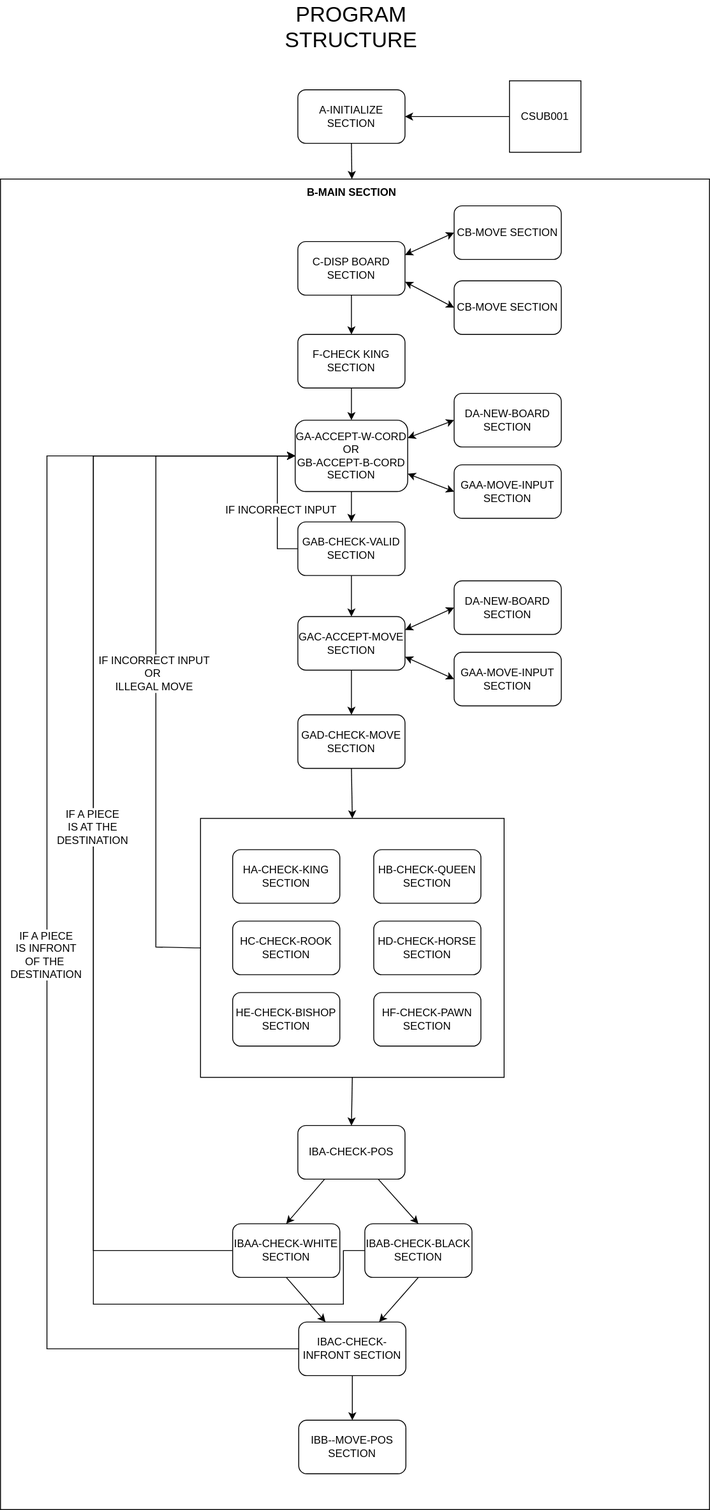
Above: COBOL_Chess_Flow_Chart.drawio.svg in AntonBystedt/COBOL-CHESS (draw.io), before the change. Source tidied: cells renumbered, new cells last; positions are measured from the earlier drawing's top-left corner, leaving out a move shared by most shapes.
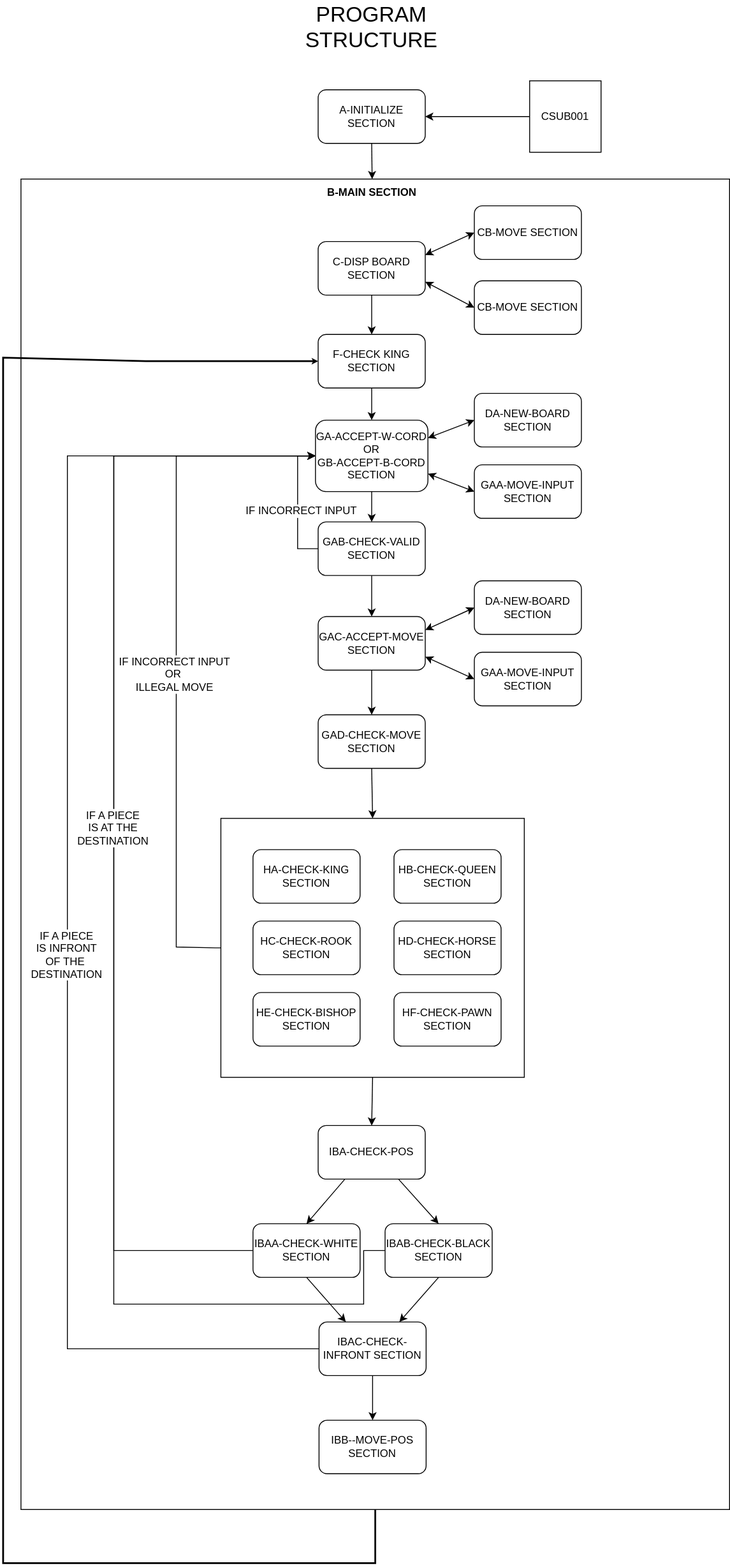
The same diagram one commit later.

Change to the diagram source:
```diff
@@ -207,5 +207,16 @@
     <mxCell id="59" value="IBB--MOVE-POS&lt;br&gt;SECTION" style="rounded=1;whiteSpace=wrap;html=1;fontSize=12;" parent="1" vertex="1">
       <mxGeometry x="334" y="1590" width="120" height="60" as="geometry" />
     </mxCell>
+    <mxCell id="60" style="endArrow=classic;html=1;rounded=0;strokeWidth=2;fontSize=12;endSize=1;exitX=0.5;exitY=1;exitDx=0;exitDy=0;entryX=0;entryY=0.5;entryDx=0;entryDy=0;" parent="1" edge="1" source="2" target="17">
+      <mxGeometry relative="1" as="geometry">
+        <Array as="points">
+          <mxPoint x="397" y="1750" />
+          <mxPoint x="-20" y="1750" />
+          <mxPoint x="-20" y="980" />
+          <mxPoint x="-20" y="400" />
+          <mxPoint x="140" y="404" />
+        </Array>
+      </mxGeometry>
+    </mxCell>
   </root>
 </mxGraphModel>
```
